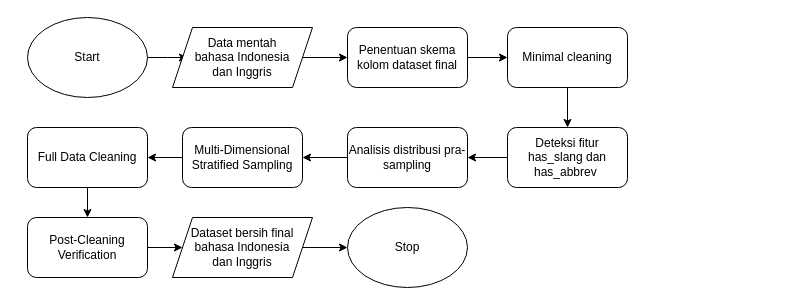
Before: page "Pra-pemrosesan" (2 of 2) of thesis.drawio in Jacksonciek/thesis-diagram, a draw.io diagram. Source tidied: cells renumbered, new cells numbered last; positions are measured from the earlier drawing's top-left corner, leaving out a move shared by most shapes. Both pictures are drawn from the tidied source at 100%, with x=0, y=0 at pixel (27, 17).
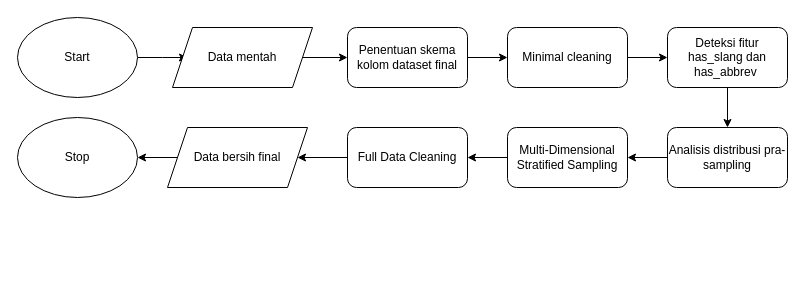
After the change.

Unchanged cells that the change refers to:
```xml
<mxCell id="5" value="Minimal cleaning" style="rounded=1;whiteSpace=wrap;html=1;" parent="1" vertex="1">
  <mxGeometry x="480" y="10" width="120" height="60" as="geometry" />
</mxCell>
```

Diff of the diagram source:
```diff
@@
     <mxCell id="3" value="Start" style="ellipse;whiteSpace=wrap;html=1;" parent="1" vertex="1">
-      <mxGeometry width="120" height="80" as="geometry" />
+      <mxGeometry x="-10" width="120" height="80" as="geometry" />
     </mxCell>
-    <mxCell id="4" style="edgeStyle=orthogonalEdgeStyle;rounded=0;jettySize=auto;html=1;entryX=0.5;entryY=0;entryDx=0;entryDy=0;" parent="1" edge="1" source="5" target="7">
+    <mxCell id="4" style="edgeStyle=orthogonalEdgeStyle;rounded=0;jettySize=auto;html=1;entryX=0;entryY=0.5;entryDx=0;entryDy=0;" parent="1" edge="1" source="5" target="7">
       <mxGeometry relative="1" as="geometry" />
     </mxCell>
@@
-    <mxCell id="6" style="edgeStyle=orthogonalEdgeStyle;rounded=0;jettySize=auto;html=1;entryX=1;entryY=0.5;entryDx=0;entryDy=0;" parent="1" edge="1" source="7" target="9">
+    <mxCell id="6" style="edgeStyle=orthogonalEdgeStyle;rounded=0;jettySize=auto;html=1;entryX=0.5;entryY=0;entryDx=0;entryDy=0;" parent="1" edge="1" source="7" target="9">
       <mxGeometry relative="1" as="geometry" />
     </mxCell>
     <mxCell id="7" value="Deteksi fitur has_slang dan has_abbrev&amp;nbsp;" style="rounded=1;whiteSpace=wrap;html=1;" parent="1" vertex="1">
-      <mxGeometry x="480" y="110" width="120" height="60" as="geometry" />
+      <mxGeometry x="640" y="10" width="120" height="60" as="geometry" />
     </mxCell>
@@
     <mxCell id="9" value="Analisis distribusi pra-sampling" style="rounded=1;whiteSpace=wrap;html=1;" parent="1" vertex="1">
-      <mxGeometry x="320" y="110" width="120" height="60" as="geometry" />
+      <mxGeometry x="640" y="110" width="120" height="60" as="geometry" />
     </mxCell>
@@
     <mxCell id="11" value="Multi-Dimensional Stratified Sampling" style="rounded=1;whiteSpace=wrap;html=1;" parent="1" vertex="1">
-      <mxGeometry x="155" y="110" width="120" height="60" as="geometry" />
+      <mxGeometry x="480" y="110" width="120" height="60" as="geometry" />
     </mxCell>
-    <mxCell id="12" style="edgeStyle=orthogonalEdgeStyle;rounded=0;jettySize=auto;html=1;entryX=0.5;entryY=0;entryDx=0;entryDy=0;" parent="1" edge="1" source="13" target="15">
-      <mxGeometry relative="1" as="geometry" />
-    </mxCell>
+    <mxCell id="23" style="edgeStyle=orthogonalEdgeStyle;rounded=0;jettySize=auto;html=1;entryX=1;entryY=0.5;entryDx=0;entryDy=0;" parent="1" edge="1" source="13" target="22">
+      <mxGeometry relative="1" as="geometry" />
+    </mxCell>
     <mxCell id="13" value="Full Data Cleaning" style="rounded=1;whiteSpace=wrap;html=1;" parent="1" vertex="1">
-      <mxGeometry y="110" width="120" height="60" as="geometry" />
+      <mxGeometry x="320" y="110" width="120" height="60" as="geometry" />
     </mxCell>
-    <mxCell id="14" style="edgeStyle=orthogonalEdgeStyle;rounded=0;jettySize=auto;html=1;entryX=0;entryY=0.5;entryDx=0;entryDy=0;" parent="1" edge="1" source="15" target="22">
-      <mxGeometry relative="1" as="geometry" />
-    </mxCell>
-    <mxCell id="15" value="Post-Cleaning Verification" style="rounded=1;whiteSpace=wrap;html=1;" parent="1" vertex="1">
-      <mxGeometry y="200" width="120" height="60" as="geometry" />
-    </mxCell>
     <mxCell id="16" value="Stop" style="ellipse;whiteSpace=wrap;html=1;" parent="1" vertex="1">
-      <mxGeometry x="320" y="190" width="120" height="80" as="geometry" />
+      <mxGeometry x="-10" y="100" width="120" height="80" as="geometry" />
     </mxCell>
@@
-    <mxCell id="18" value="Data mentah&lt;div&gt;bahasa Indonesia&lt;/div&gt;&lt;div&gt;dan Inggris&lt;/div&gt;" style="shape=parallelogram;perimeter=parallelogramPerimeter;whiteSpace=wrap;html=1;fixedSize=1;" parent="1" vertex="1">
+    <mxCell id="18" value="Data mentah" style="shape=parallelogram;perimeter=parallelogramPerimeter;whiteSpace=wrap;html=1;fixedSize=1;" parent="1" vertex="1">
       <mxGeometry x="145" y="10" width="140" height="60" as="geometry" />
     </mxCell>
@@
-    <mxCell id="21" style="edgeStyle=orthogonalEdgeStyle;rounded=0;jettySize=auto;html=1;entryX=0;entryY=0.5;entryDx=0;entryDy=0;" parent="1" edge="1" source="22" target="16">
+    <mxCell id="21" style="edgeStyle=orthogonalEdgeStyle;rounded=0;jettySize=auto;html=1;entryX=1;entryY=0.5;entryDx=0;entryDy=0;" parent="1" edge="1" source="22" target="16">
       <mxGeometry relative="1" as="geometry" />
     </mxCell>
-    <mxCell id="22" value="Dataset bersih final b&lt;span style=&quot;background-color: transparent; color: light-dark(rgb(0, 0, 0), rgb(255, 255, 255));&quot;&gt;ahasa Indonesia&lt;/span&gt;&lt;div&gt;dan Inggris&lt;/div&gt;" style="shape=parallelogram;perimeter=parallelogramPerimeter;whiteSpace=wrap;html=1;fixedSize=1;" parent="1" vertex="1">
-      <mxGeometry x="145" y="200" width="140" height="60" as="geometry" />
+    <mxCell id="22" value="Data bersih final" style="shape=parallelogram;perimeter=parallelogramPerimeter;whiteSpace=wrap;html=1;fixedSize=1;" parent="1" vertex="1">
+      <mxGeometry x="140" y="110" width="140" height="60" as="geometry" />
     </mxCell>
```
